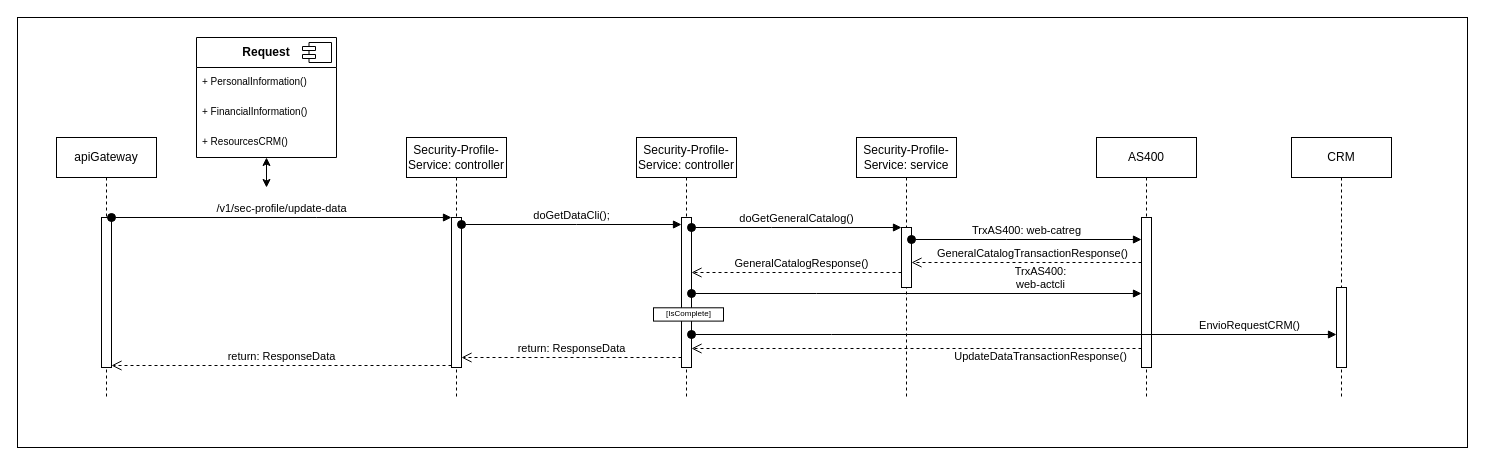
Above: 9no endpoint; actualizacion de datos.drawio in StevenGpByte/ActualizacionDatos (draw.io), before the change. Source tidied: cells renumbered, new cells numbered last; positions are measured from the earlier drawing's top-left corner, leaving out a move shared by most shapes. Both pictures are drawn from the tidied source at 100%, with x=0, y=0 at pixel (17, 17).
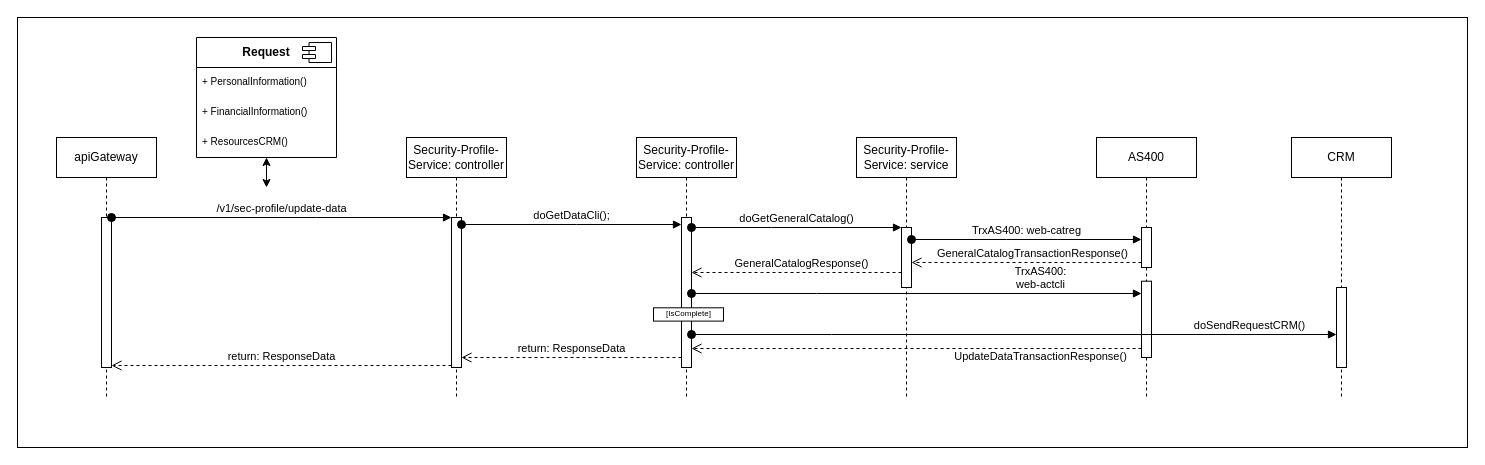
After the change.

The change refers to these unchanged cells:
```xml
<mxCell id="11" value="AS400" style="shape=umlLifeline;perimeter=lifelinePerimeter;whiteSpace=wrap;html=1;newEdgeStyle={&quot;edgeStyle&quot;:&quot;elbowEdgeStyle&quot;,&quot;elbow&quot;:&quot;vertical&quot;,&quot;curved&quot;:0,&quot;rounded&quot;:0};" parent="1" vertex="1">
  <mxGeometry x="1079" y="120" width="100" height="260" as="geometry" />
</mxCell>
```

The edit, as a diff of the source:
```diff
@@
     <mxCell id="12" style="html=1;perimeter=orthogonalPerimeter;targetShapes=umlLifeline;newEdgeStyle={&quot;edgeStyle&quot;:&quot;elbowEdgeStyle&quot;,&quot;elbow&quot;:&quot;vertical&quot;,&quot;curved&quot;:0,&quot;rounded&quot;:0};" parent="11" vertex="1">
-      <mxGeometry x="45" y="80" width="10" height="150" as="geometry" />
+      <mxGeometry x="45" y="90" width="10" height="40" as="geometry" />
     </mxCell>
+    <mxCell id="35" style="html=1;perimeter=orthogonalPerimeter;targetShapes=umlLifeline;newEdgeStyle={&quot;edgeStyle&quot;:&quot;elbowEdgeStyle&quot;,&quot;elbow&quot;:&quot;vertical&quot;,&quot;curved&quot;:0,&quot;rounded&quot;:0};" parent="11" vertex="1">
+      <mxGeometry x="45" y="143.7" width="10" height="76.3" as="geometry" />
+    </mxCell>
@@
-    <mxCell id="31" value="EnvioRequestCRM()" style="html=1;verticalAlign=bottom;startArrow=oval;endArrow=block;startSize=8;edgeStyle=elbowEdgeStyle;elbow=vertical;curved=0;rounded=0;" parent="1" edge="1">
+    <mxCell id="31" value="doSendRequestCRM()" style="html=1;verticalAlign=bottom;startArrow=oval;endArrow=block;startSize=8;edgeStyle=elbowEdgeStyle;elbow=vertical;curved=0;rounded=0;" parent="1" edge="1">
       <mxGeometry x="0.73" relative="1" as="geometry">
         <mxPoint x="674" y="317" as="sourcePoint" />
         <mxPoint x="1319" y="317" as="targetPoint" />
         <Array as="points">
           <mxPoint x="814" y="317" />
           <mxPoint x="834" y="327" />
           <mxPoint x="814" y="267" />
           <mxPoint x="794" y="327" />
           <mxPoint x="814" y="267" />
           <mxPoint x="849" y="307" />
         </Array>
       </mxGeometry>
     </mxCell>
```
